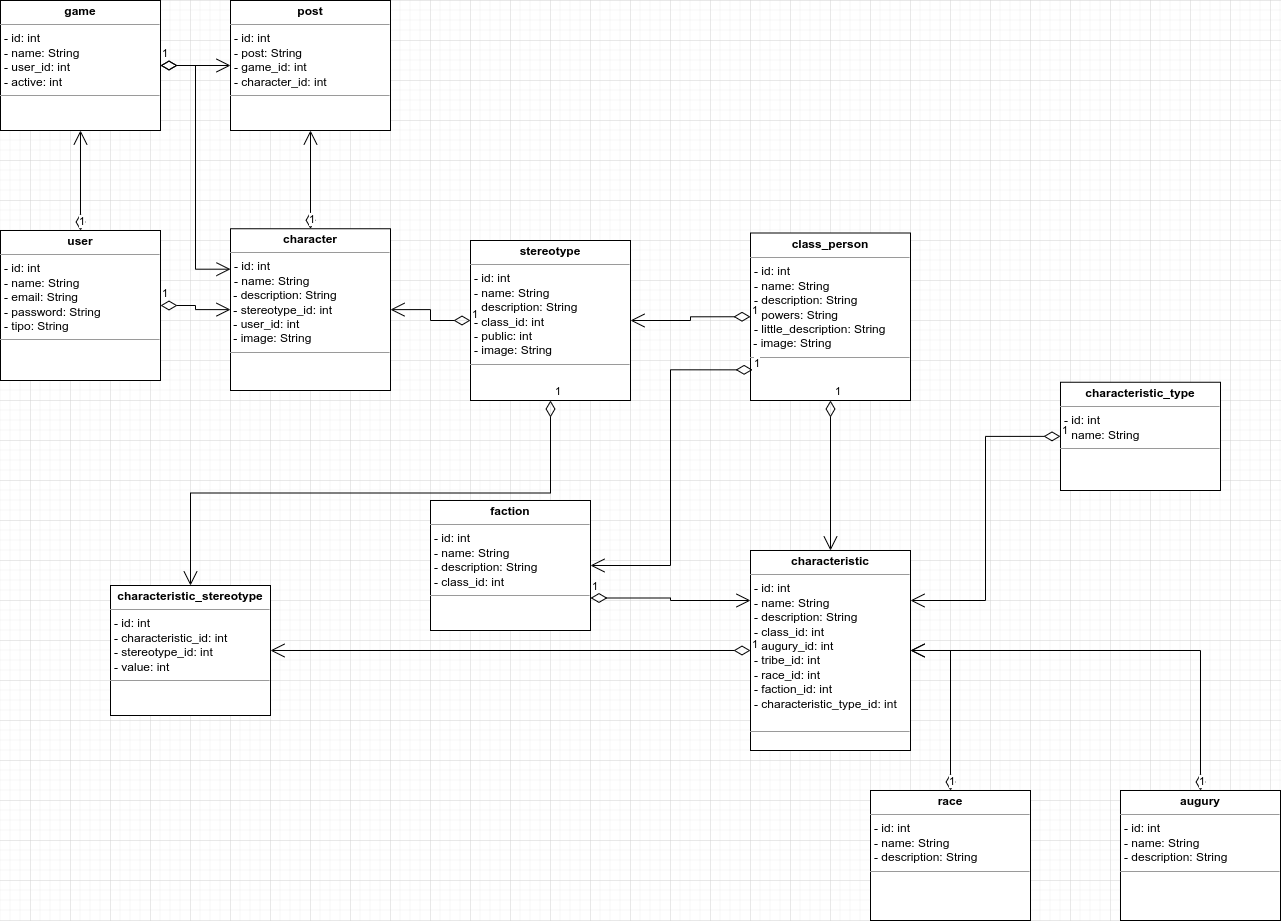
The draw.io diagram diagrama_de_classes.drawio.png in fabriciodiasoliveira/mundo-sombrio-rpg, before a commit. Source tidied: cells renumbered, new cells last; positions are measured from the earlier drawing's top-left corner, leaving out a move shared by most shapes.
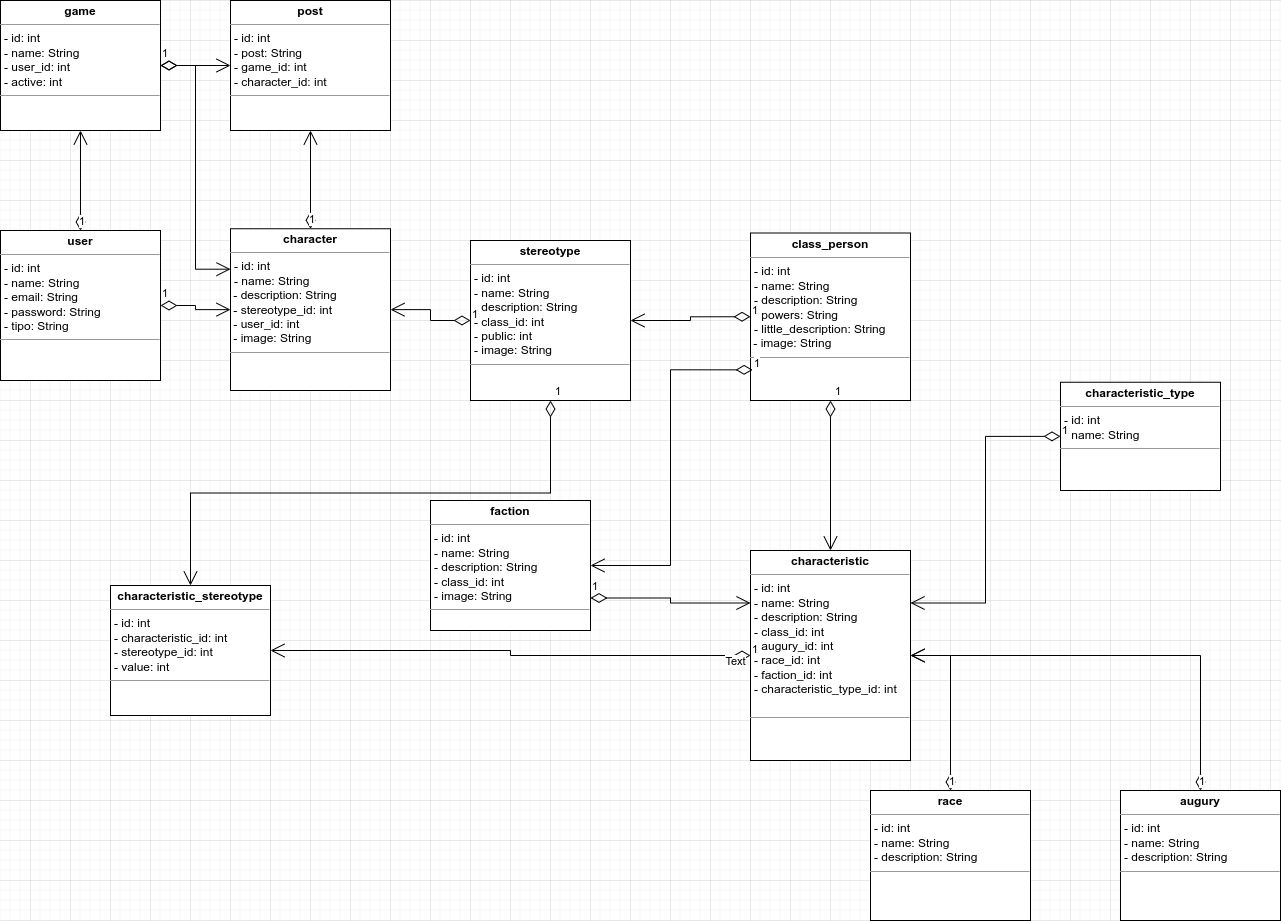
Above is the later version.

Commit message:
#4: Correção do diagrama de classes

Diff of the diagram source:
```diff
@@ -11,8 +11,8 @@
     <mxCell id="4" value="&lt;p style=&quot;margin:0px;margin-top:4px;text-align:center;&quot;&gt;&lt;b&gt;class_person&lt;/b&gt;&lt;/p&gt;&lt;hr size=&quot;1&quot;&gt;&lt;p style=&quot;margin:0px;margin-left:4px;&quot;&gt;- id: int&lt;/p&gt;&lt;p style=&quot;margin:0px;margin-left:4px;&quot;&gt;- name: String&lt;/p&gt;&lt;p style=&quot;margin:0px;margin-left:4px;&quot;&gt;- description: String&lt;/p&gt;&lt;p style=&quot;margin:0px;margin-left:4px;&quot;&gt;- powers: String&lt;/p&gt;&lt;p style=&quot;margin:0px;margin-left:4px;&quot;&gt;- little_description: String&lt;/p&gt;&amp;nbsp;- image: String&lt;br&gt;&lt;hr size=&quot;1&quot;&gt;&lt;p style=&quot;margin:0px;margin-left:4px;&quot;&gt;&lt;br&gt;&lt;/p&gt;" style="verticalAlign=top;align=left;overflow=fill;fontSize=12;fontFamily=Helvetica;html=1;" parent="1" vertex="1">
       <mxGeometry x="750" y="232.5" width="160" height="167.5" as="geometry" />
     </mxCell>
-    <mxCell id="5" value="&lt;p style=&quot;margin:0px;margin-top:4px;text-align:center;&quot;&gt;&lt;b&gt;characteristic&lt;/b&gt;&lt;/p&gt;&lt;hr size=&quot;1&quot;&gt;&lt;p style=&quot;margin:0px;margin-left:4px;&quot;&gt;- id: int&lt;/p&gt;&lt;p style=&quot;margin:0px;margin-left:4px;&quot;&gt;- name: String&lt;/p&gt;&lt;p style=&quot;margin:0px;margin-left:4px;&quot;&gt;- description: String&lt;/p&gt;&lt;p style=&quot;margin:0px;margin-left:4px;&quot;&gt;- class_id: int&lt;/p&gt;&lt;p style=&quot;margin:0px;margin-left:4px;&quot;&gt;- augury_id: int&lt;/p&gt;&lt;p style=&quot;margin:0px;margin-left:4px;&quot;&gt;- tribe_id: int&lt;/p&gt;&lt;p style=&quot;margin:0px;margin-left:4px;&quot;&gt;- race_id: int&lt;/p&gt;&lt;p style=&quot;margin:0px;margin-left:4px;&quot;&gt;- faction_id: int&lt;/p&gt;&lt;p style=&quot;margin:0px;margin-left:4px;&quot;&gt;- characteristic_type_id: int&lt;/p&gt;&lt;br&gt;&lt;hr size=&quot;1&quot;&gt;&lt;p style=&quot;margin:0px;margin-left:4px;&quot;&gt;&lt;br&gt;&lt;/p&gt;" style="verticalAlign=top;align=left;overflow=fill;fontSize=12;fontFamily=Helvetica;html=1;" parent="1" vertex="1">
-      <mxGeometry x="750" y="550" width="160" height="200" as="geometry" />
+    <mxCell id="5" value="&lt;p style=&quot;margin:0px;margin-top:4px;text-align:center;&quot;&gt;&lt;b&gt;characteristic&lt;/b&gt;&lt;/p&gt;&lt;hr size=&quot;1&quot;&gt;&lt;p style=&quot;margin:0px;margin-left:4px;&quot;&gt;- id: int&lt;/p&gt;&lt;p style=&quot;margin:0px;margin-left:4px;&quot;&gt;- name: String&lt;/p&gt;&lt;p style=&quot;margin:0px;margin-left:4px;&quot;&gt;- description: String&lt;/p&gt;&lt;p style=&quot;margin:0px;margin-left:4px;&quot;&gt;- class_id: int&lt;/p&gt;&lt;p style=&quot;margin:0px;margin-left:4px;&quot;&gt;- augury_id: int&lt;/p&gt;&lt;p style=&quot;margin:0px;margin-left:4px;&quot;&gt;- race_id: int&lt;/p&gt;&lt;p style=&quot;margin:0px;margin-left:4px;&quot;&gt;- faction_id: int&lt;/p&gt;&lt;p style=&quot;margin:0px;margin-left:4px;&quot;&gt;- characteristic_type_id: int&lt;/p&gt;&lt;br&gt;&lt;hr size=&quot;1&quot;&gt;&lt;p style=&quot;margin:0px;margin-left:4px;&quot;&gt;&lt;br&gt;&lt;/p&gt;" style="verticalAlign=top;align=left;overflow=fill;fontSize=12;fontFamily=Helvetica;html=1;" parent="1" vertex="1">
+      <mxGeometry x="750" y="550" width="160" height="210" as="geometry" />
     </mxCell>
     <mxCell id="6" value="1" style="endArrow=open;html=1;endSize=12;startArrow=diamondThin;startSize=14;startFill=0;edgeStyle=orthogonalEdgeStyle;align=left;verticalAlign=bottom;rounded=0;entryX=1;entryY=0.5;entryDx=0;entryDy=0;exitX=0;exitY=0.5;exitDx=0;exitDy=0;" parent="1" edge="1" source="4" target="3">
       <mxGeometry x="-1" y="3" relative="1" as="geometry" />
@@ -26,6 +26,9 @@
     <mxCell id="9" value="1" style="endArrow=open;html=1;endSize=12;startArrow=diamondThin;startSize=14;startFill=0;edgeStyle=orthogonalEdgeStyle;align=left;verticalAlign=bottom;rounded=0;entryX=1;entryY=0.5;entryDx=0;entryDy=0;exitX=0;exitY=0.5;exitDx=0;exitDy=0;" parent="1" edge="1" source="5" target="7">
       <mxGeometry x="-1" y="3" relative="1" as="geometry" />
     </mxCell>
+    <mxCell id="29" value="Text" style="edgeLabel;html=1;align=center;verticalAlign=middle;" parent="9" vertex="1">
+      <mxGeometry x="-0.93" y="5" relative="1" as="geometry" />
+    </mxCell>
     <mxCell id="10" value="&lt;p style=&quot;margin:0px;margin-top:4px;text-align:center;&quot;&gt;&lt;b&gt;augury&lt;/b&gt;&lt;br&gt;&lt;/p&gt;&lt;hr size=&quot;1&quot;&gt;&lt;p style=&quot;margin:0px;margin-left:4px;&quot;&gt;- id: int&lt;/p&gt;&lt;p style=&quot;margin:0px;margin-left:4px;&quot;&gt;- name: String&lt;br&gt;&lt;/p&gt;&lt;p style=&quot;margin:0px;margin-left:4px;&quot;&gt;- description: String&lt;/p&gt;&lt;hr size=&quot;1&quot;&gt;&lt;p style=&quot;margin:0px;margin-left:4px;&quot;&gt;&lt;br&gt;&lt;/p&gt;" style="verticalAlign=top;align=left;overflow=fill;fontSize=12;fontFamily=Helvetica;html=1;" parent="1" vertex="1">
       <mxGeometry x="1120" y="790" width="160" height="130" as="geometry" />
     </mxCell>
@@ -74,7 +77,7 @@
     <mxCell id="25" value="1" style="endArrow=open;html=1;endSize=12;startArrow=diamondThin;startSize=14;startFill=0;edgeStyle=orthogonalEdgeStyle;align=left;verticalAlign=bottom;rounded=0;exitX=0;exitY=0.5;exitDx=0;exitDy=0;entryX=1;entryY=0.25;entryDx=0;entryDy=0;" parent="1" edge="1" source="24" target="5">
       <mxGeometry x="-1" y="3" relative="1" as="geometry" />
     </mxCell>
-    <mxCell id="26" value="&lt;p style=&quot;margin:0px;margin-top:4px;text-align:center;&quot;&gt;&lt;b&gt;faction&lt;/b&gt;&lt;br&gt;&lt;/p&gt;&lt;hr size=&quot;1&quot;&gt;&lt;p style=&quot;margin:0px;margin-left:4px;&quot;&gt;- id: int&lt;/p&gt;&lt;p style=&quot;margin:0px;margin-left:4px;&quot;&gt;- name: String&lt;br&gt;&lt;/p&gt;&lt;p style=&quot;margin:0px;margin-left:4px;&quot;&gt;- description: String&lt;/p&gt;&lt;p style=&quot;margin:0px;margin-left:4px;&quot;&gt;- class_id: int&lt;/p&gt;&lt;p style=&quot;margin:0px;margin-left:4px;&quot;&gt;&lt;/p&gt;&lt;hr size=&quot;1&quot;&gt;&lt;p style=&quot;margin:0px;margin-left:4px;&quot;&gt;&lt;br&gt;&lt;/p&gt;" style="verticalAlign=top;align=left;overflow=fill;fontSize=12;fontFamily=Helvetica;html=1;" parent="1" vertex="1">
+    <mxCell id="26" value="&lt;p style=&quot;margin:0px;margin-top:4px;text-align:center;&quot;&gt;&lt;b&gt;faction&lt;/b&gt;&lt;br&gt;&lt;/p&gt;&lt;hr size=&quot;1&quot;&gt;&lt;p style=&quot;margin:0px;margin-left:4px;&quot;&gt;- id: int&lt;/p&gt;&lt;p style=&quot;margin:0px;margin-left:4px;&quot;&gt;- name: String&lt;br&gt;&lt;/p&gt;&lt;p style=&quot;margin:0px;margin-left:4px;&quot;&gt;- description: String&lt;/p&gt;&lt;p style=&quot;margin:0px;margin-left:4px;&quot;&gt;- class_id: int&lt;/p&gt;&lt;p style=&quot;margin:0px;margin-left:4px;&quot;&gt;- image: String&lt;br&gt;&lt;/p&gt;&lt;p style=&quot;margin:0px;margin-left:4px;&quot;&gt;&lt;/p&gt;&lt;hr size=&quot;1&quot;&gt;&lt;p style=&quot;margin:0px;margin-left:4px;&quot;&gt;&lt;br&gt;&lt;/p&gt;" style="verticalAlign=top;align=left;overflow=fill;fontSize=12;fontFamily=Helvetica;html=1;" parent="1" vertex="1">
       <mxGeometry x="430" y="500" width="160" height="130" as="geometry" />
     </mxCell>
     <mxCell id="27" value="1" style="endArrow=open;html=1;endSize=12;startArrow=diamondThin;startSize=14;startFill=0;edgeStyle=orthogonalEdgeStyle;align=left;verticalAlign=bottom;rounded=0;entryX=1;entryY=0.5;entryDx=0;entryDy=0;exitX=0.013;exitY=0.817;exitDx=0;exitDy=0;exitPerimeter=0;" parent="1" edge="1" source="4" target="26">
```
